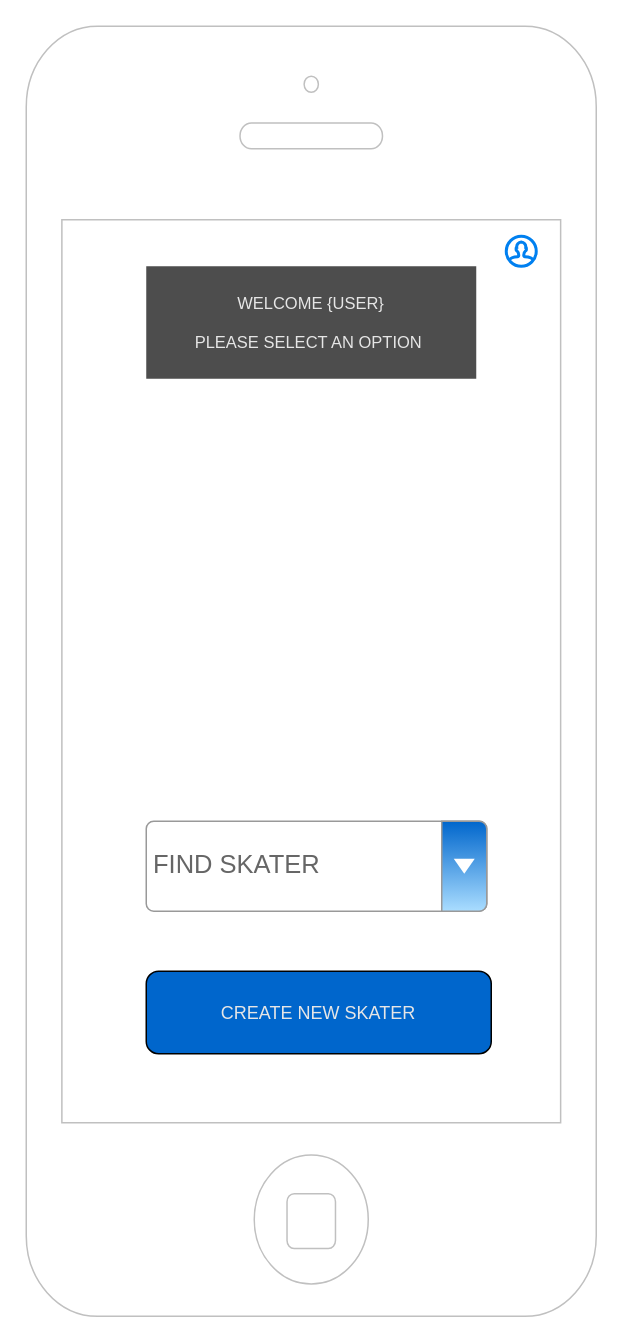
Earlier version of the draw.io diagram page "ADMIN HOME MOBILE" (12 of 22) of SkaterPatchTimeApp.drawio (neilbenjamin/SkaterPatchTime). Source tidied: cells renumbered, new cells numbered last; positions are measured from the earlier drawing's top-left corner, leaving out a move shared by most shapes. Both pictures are drawn from the tidied source at 150%, with x=0, y=0 at pixel (26, 26).
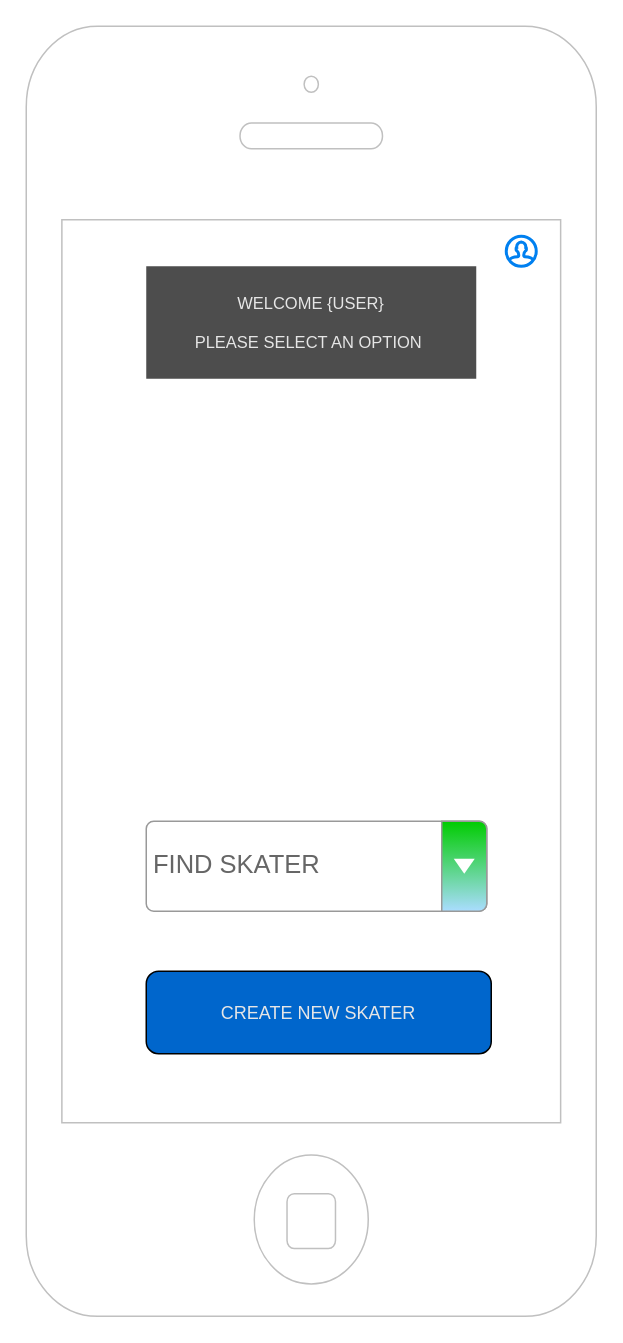
Above is the later version.

Change to the diagram source:
```diff
@@
 <mxGraphModel>
   <root>
     <mxCell id="0" />
     <mxCell id="1" parent="0" />
     <mxCell id="2" style="html=1;verticalLabelPosition=bottom;labelBackgroundColor=#ffffff;verticalAlign=top;shadow=0;dashed=0;strokeWidth=1;shape=mxgraph.ios7.misc.iphone;strokeColor=#c0c0c0;fillColor=#FFFFFF;" parent="1" vertex="1">
       <mxGeometry width="380" height="860" as="geometry" />
     </mxCell>
     <mxCell id="3" value="&lt;font style=&quot;font-size: 11px;&quot;&gt;WELCOME {USER}&lt;br style=&quot;font-size: 11px;&quot;&gt;&lt;br style=&quot;font-size: 11px;&quot;&gt;PLEASE SELECT AN OPTION&amp;nbsp;&lt;/font&gt;" style="whiteSpace=wrap;html=1;strokeColor=none;fontColor=#E6E6E6;fillColor=#4D4D4D;fontSize=11;" parent="1" vertex="1">
       <mxGeometry x="80" y="160" width="220" height="75" as="geometry" />
     </mxCell>
-    <mxCell id="4" value="FIND SKATER" style="strokeWidth=1;shadow=0;dashed=0;align=center;html=1;shape=mxgraph.mockup.forms.comboBox;strokeColor=#999999;fillColor=#0066CC;align=left;fillColor2=#aaddff;mainText=;fontColor=#666666;fontSize=17;spacingLeft=3;" parent="1" vertex="1">
+    <mxCell id="4" value="FIND SKATER" style="strokeWidth=1;shadow=0;dashed=0;align=center;html=1;shape=mxgraph.mockup.forms.comboBox;strokeColor=#999999;fillColor=#00CC00;align=left;fillColor2=#aaddff;mainText=;fontColor=#666666;fontSize=17;spacingLeft=3;" parent="1" vertex="1">
       <mxGeometry x="80" y="530" width="227" height="60" as="geometry" />
     </mxCell>
     <mxCell id="5" value="CREATE NEW SKATER" style="whiteSpace=wrap;html=1;fontSize=12;fontStyle=0;fontColor=#E6E6E6;fillColor=#0066CC;rounded=1;" parent="1" vertex="1">
       <mxGeometry x="80" y="630" width="230" height="55" as="geometry" />
     </mxCell>
     <mxCell id="6" style="html=1;verticalLabelPosition=bottom;align=center;labelBackgroundColor=#ffffff;verticalAlign=top;strokeWidth=2;strokeColor=#0080F0;shadow=0;dashed=0;shape=mxgraph.ios7.icons.user;" parent="1" vertex="1">
       <mxGeometry x="320" y="140" width="20" height="20" as="geometry" />
     </mxCell>
   </root>
 </mxGraphModel>
```
